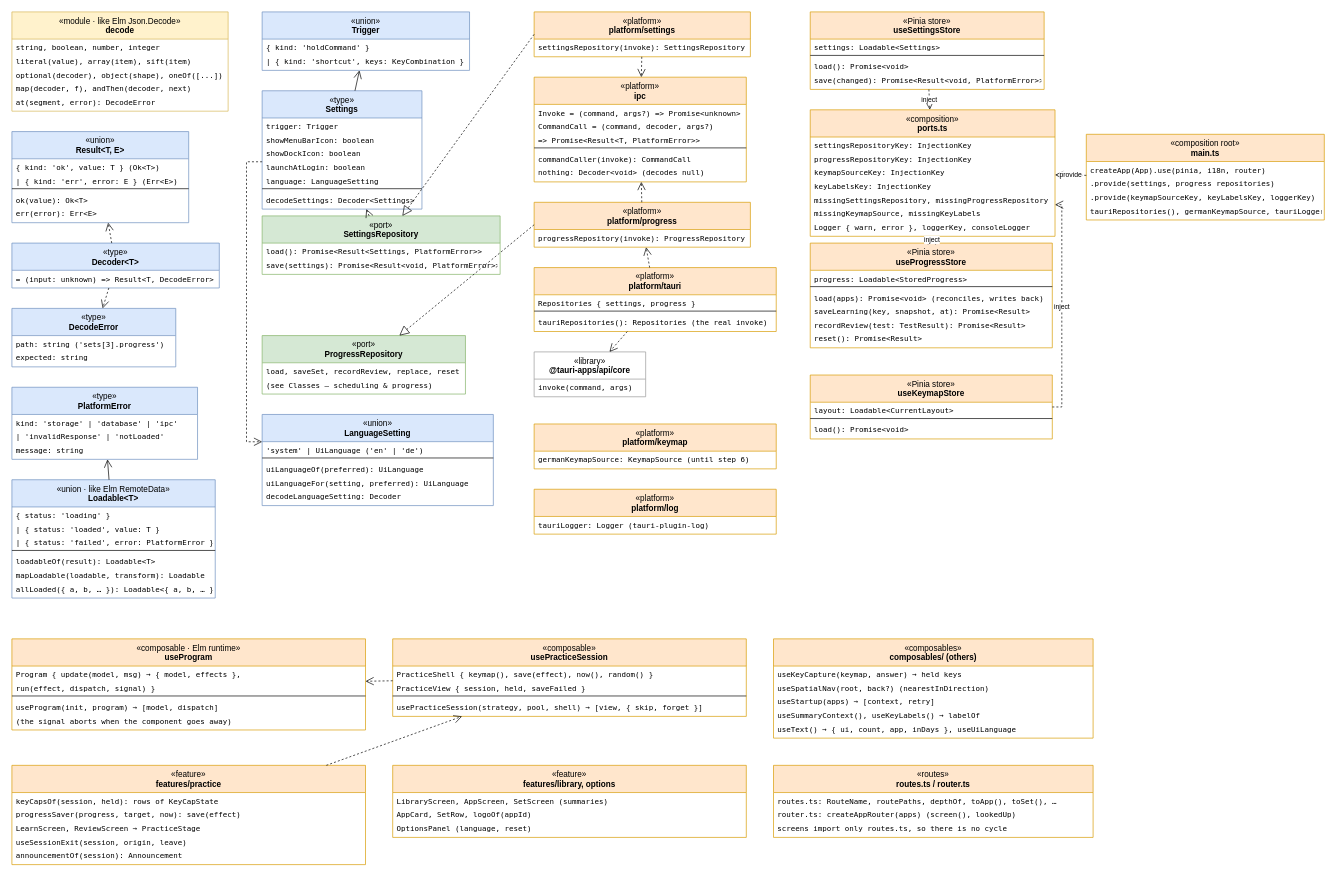
This is page "Classes – settings, shared & shell" (5 of 10) of docs/uml.drawio from r0binius/mathe2-trainer, a draw.io file, before an edit. Source tidied: cells renumbered, new cells numbered last; positions are measured from the earlier drawing's top-left corner, leaving out a move shared by most shapes. Both pictures are drawn from the tidied source at 68%, with x=0, y=0 at pixel (12, 12).
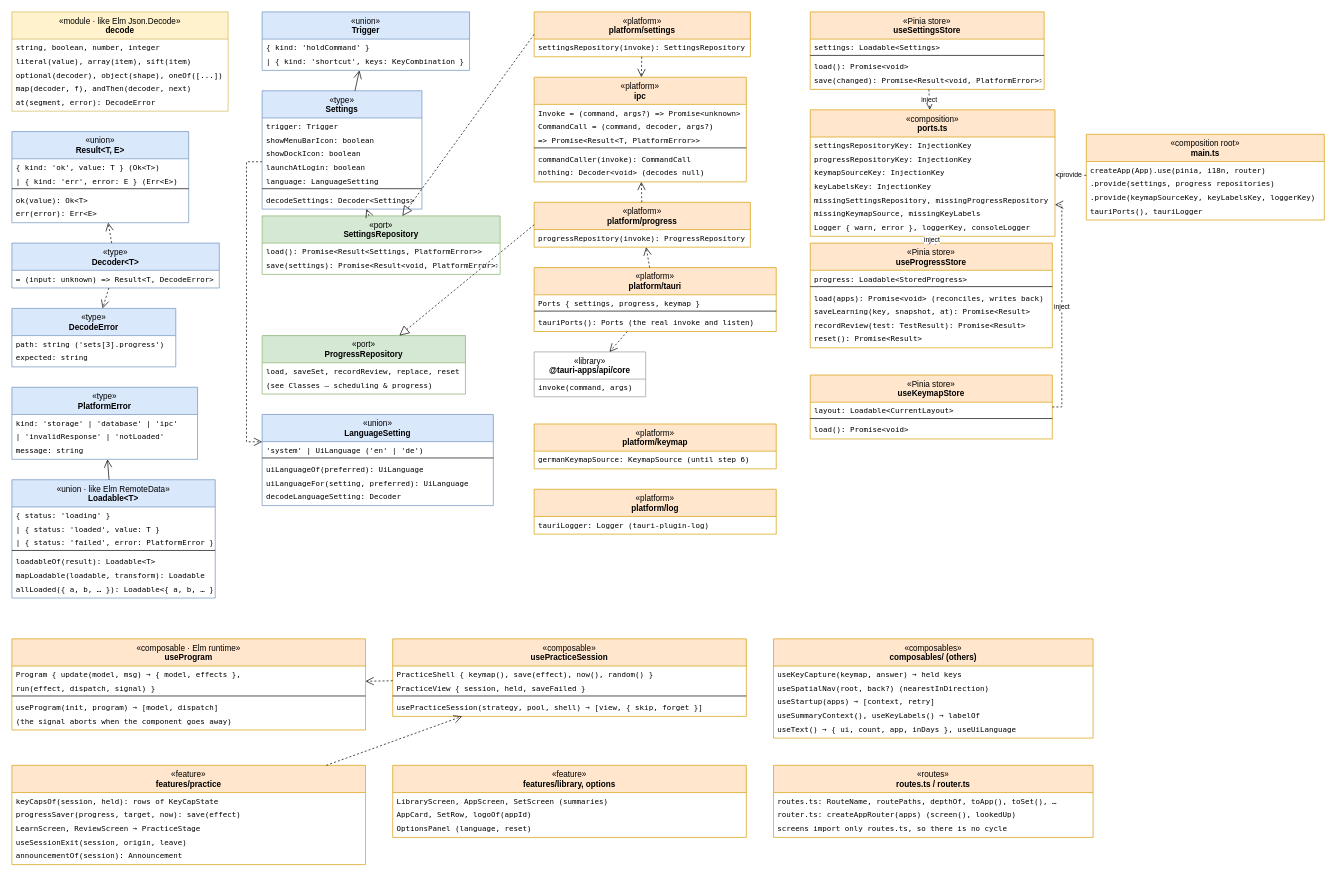
After the change.

Commit message (it also covers changes not shown here):
refactor(ui): call what main.ts provides ports

The change refers to these unchanged cells:
```xml
<mxCell id="56" value="&amp;laquo;platform&amp;raquo;&lt;br&gt;&lt;b&gt;platform/tauri&lt;/b&gt;" style="swimlane;fontStyle=0;align=center;verticalAlign=top;horizontal=1;startSize=40;html=1;whiteSpace=wrap;fillColor=#ffe6cc;strokeColor=#d79b00;swimlaneFillColor=#ffffff;" parent="1" vertex="1">
  <mxGeometry x="768" y="376" width="356" height="94" as="geometry" />
</mxCell>
<mxCell id="79" value="&amp;laquo;composition root&amp;raquo;&lt;br&gt;&lt;b&gt;main.ts&lt;/b&gt;" style="swimlane;fontStyle=0;align=center;verticalAlign=top;horizontal=1;startSize=40;html=1;whiteSpace=wrap;fillColor=#ffe6cc;strokeColor=#d79b00;swimlaneFillColor=#ffffff;" parent="1" vertex="1">
  <mxGeometry x="1580" y="180" width="350" height="126" as="geometry" />
</mxCell>
```

What changed in the source:
```diff
@@
-    <mxCell id="57" value="Repositories { settings, progress }" style="text;strokeColor=none;fillColor=none;align=left;verticalAlign=top;spacingLeft=4;spacingRight=4;overflow=hidden;fontSize=11;fontFamily=Menlo;html=0;" parent="56" vertex="1">
+    <mxCell id="57" value="Ports { settings, progress, keymap }" style="text;strokeColor=none;fillColor=none;align=left;verticalAlign=top;spacingLeft=4;spacingRight=4;overflow=hidden;fontSize=11;fontFamily=Menlo;html=0;" parent="56" vertex="1">
       <mxGeometry y="40" width="356" height="20" as="geometry" />
     </mxCell>
@@
-    <mxCell id="59" value="tauriRepositories(): Repositories  (the real invoke)" style="text;strokeColor=none;fillColor=none;align=left;verticalAlign=top;spacingLeft=4;spacingRight=4;overflow=hidden;fontSize=11;fontFamily=Menlo;html=0;" parent="56" vertex="1">
+    <mxCell id="59" value="tauriPorts(): Ports  (the real invoke and listen)" style="text;strokeColor=none;fillColor=none;align=left;verticalAlign=top;spacingLeft=4;spacingRight=4;overflow=hidden;fontSize=11;fontFamily=Menlo;html=0;" parent="56" vertex="1">
       <mxGeometry y="68" width="356" height="20" as="geometry" />
     </mxCell>
@@
-    <mxCell id="83" value="tauriRepositories(), germanKeymapSource, tauriLogger" style="text;strokeColor=none;fillColor=none;align=left;verticalAlign=top;spacingLeft=4;spacingRight=4;overflow=hidden;fontSize=11;fontFamily=Menlo;html=0;" parent="79" vertex="1">
+    <mxCell id="83" value="tauriPorts(), tauriLogger" style="text;strokeColor=none;fillColor=none;align=left;verticalAlign=top;spacingLeft=4;spacingRight=4;overflow=hidden;fontSize=11;fontFamily=Menlo;html=0;" parent="79" vertex="1">
       <mxGeometry y="100" width="350" height="20" as="geometry" />
     </mxCell>
```
